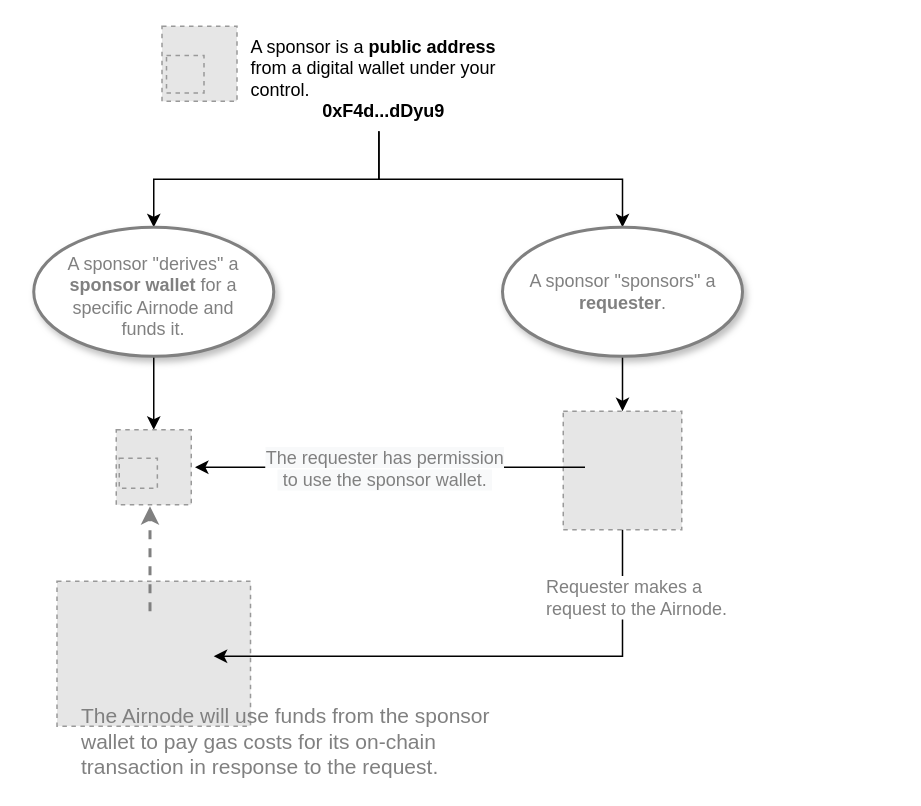
api3dao/old-api3-docs keeps this draw.io diagram as docs/next/assets/diagrams/sponsor-overview.drawio. Above is the earlier version. Source tidied: cells renumbered, new cells numbered last; positions are measured from the earlier drawing's top-left corner, leaving out a move shared by most shapes. Both pictures are drawn from the tidied source at 150%, with x=0, y=0 at pixel (33, 26). Pictures stored in the file or linked from it are replaced by grey dashed boxes.
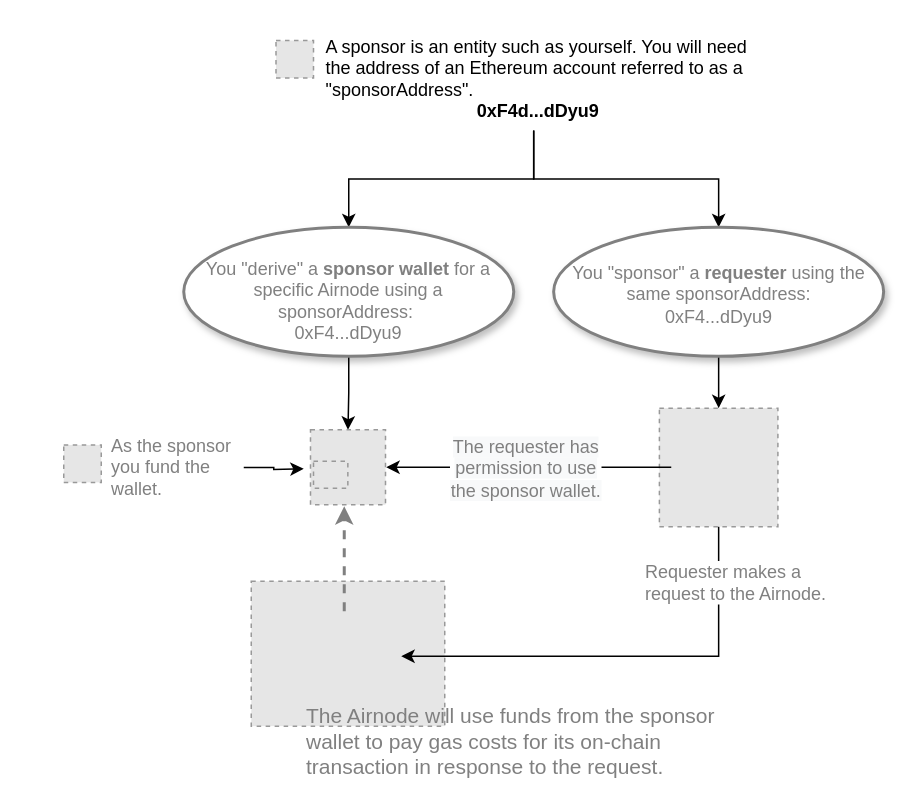
After the change.

Commit message (it also covers changes not shown here):
More general work on Sponsors

The edit, as a diff of the source:
```diff
@@
-    <mxCell id="2" style="fillColor=#E6E6E6;strokeColor=#999999;dashed=1;verticalLabelPosition=bottom;verticalAlign=top;" parent="1" vertex="1">
-      <mxGeometry x="85.5" width="50" height="50" as="geometry" />
-    </mxCell>
@@
-    <mxCell id="5" value="&lt;font style=&quot;font-size: 12px&quot;&gt;A sponsor is a&amp;nbsp;&lt;b&gt;public address&lt;/b&gt; from a digital wallet under your control.&lt;br&gt;&lt;div style=&quot;text-align: center&quot;&gt;&lt;span&gt;&lt;b&gt;0xF4d...dDyu9&lt;/b&gt;&lt;/span&gt;&lt;/div&gt;&lt;/font&gt;" style="text;html=1;strokeColor=none;fillColor=none;align=left;verticalAlign=middle;whiteSpace=wrap;rounded=0;spacingLeft=7;spacingRight=3;labelBorderColor=none;" parent="1" vertex="1">
-      <mxGeometry x="135.5" width="189.1" height="70" as="geometry" />
+    <mxCell id="5" value="&lt;font style=&quot;font-size: 12px&quot;&gt;A sponsor is an entity such as yourself. You will need the address of an Ethereum account referred to as a &quot;sponsorAddress&quot;.&lt;br&gt;&lt;div style=&quot;text-align: center&quot;&gt;&lt;b&gt;0xF4d...dDyu9&lt;/b&gt;&lt;/div&gt;&lt;/font&gt;" style="text;html=1;strokeColor=none;fillColor=none;align=left;verticalAlign=middle;whiteSpace=wrap;rounded=0;spacingLeft=7;spacingRight=3;labelBorderColor=none;" parent="1" vertex="1">
+      <mxGeometry x="186" y="-0.5" width="294.5" height="70" as="geometry" />
     </mxCell>
@@
-    <mxCell id="7" value="&lt;font color=&quot;#808080&quot;&gt;A sponsor &quot;derives&quot; a &lt;b&gt;sponsor wallet&lt;/b&gt;&amp;nbsp;for a specific Airnode and funds it.&lt;/font&gt;" style="strokeWidth=2;html=1;shape=mxgraph.flowchart.start_1;whiteSpace=wrap;shadow=1;strokeColor=#808080;spacingLeft=10;spacingRight=10;spacingTop=5;" parent="1" vertex="1">
-      <mxGeometry y="134" width="160" height="86" as="geometry" />
+    <mxCell id="7" value="&lt;font color=&quot;#808080&quot;&gt;You &quot;derive&quot; a &lt;b&gt;sponsor wallet&lt;/b&gt;&amp;nbsp;for a specific Airnode using a sponsorAddress:&amp;nbsp;&lt;br&gt;0xF4...dDyu9&lt;br&gt;&lt;/font&gt;" style="strokeWidth=2;html=1;shape=mxgraph.flowchart.start_1;whiteSpace=wrap;shadow=1;strokeColor=#808080;spacingLeft=10;spacingRight=10;spacingTop=12;" parent="1" vertex="1">
+      <mxGeometry x="100" y="134" width="220" height="86" as="geometry" />
     </mxCell>
     <mxCell id="8" style="fillColor=#E6E6E6;strokeColor=#999999;dashed=1;verticalLabelPosition=bottom;verticalAlign=top;" parent="1" vertex="1">
-      <mxGeometry x="88.5" y="19.5" width="25" height="25" as="geometry" />
+      <mxGeometry x="161.5" y="9.5" width="25" height="25" as="geometry" />
     </mxCell>
     <mxCell id="9" style="fillColor=#E6E6E6;strokeColor=#999999;dashed=1;verticalLabelPosition=bottom;verticalAlign=top;" parent="1" vertex="1">
-      <mxGeometry x="55" y="269" width="50" height="50" as="geometry" />
+      <mxGeometry x="184.5" y="269" width="50" height="50" as="geometry" />
     </mxCell>
     <mxCell id="10" style="fillColor=#E6E6E6;strokeColor=#999999;dashed=1;verticalLabelPosition=bottom;verticalAlign=top;" parent="1" vertex="1">
-      <mxGeometry x="57" y="288" width="25.4" height="20" as="geometry" />
+      <mxGeometry x="186.5" y="290" width="22.9" height="18" as="geometry" />
     </mxCell>
@@
-    <mxCell id="12" value="&lt;font color=&quot;#808080&quot;&gt;A sponsor &quot;sponsors&quot; a &lt;b&gt;requester&lt;/b&gt;.&lt;/font&gt;" style="strokeWidth=2;html=1;shape=mxgraph.flowchart.start_1;whiteSpace=wrap;shadow=1;strokeColor=#808080;spacingLeft=7;spacingRight=7;" parent="1" vertex="1">
-      <mxGeometry x="312.5" y="134" width="160" height="86" as="geometry" />
+    <mxCell id="12" value="&lt;font color=&quot;#808080&quot;&gt;You &quot;sponsor&quot; a &lt;b&gt;requester &lt;/b&gt;using the same sponsorAddress:&lt;br&gt;0xF4...dDyu9&lt;br&gt;&lt;/font&gt;" style="strokeWidth=2;html=1;shape=mxgraph.flowchart.start_1;whiteSpace=wrap;shadow=1;strokeColor=#808080;spacingLeft=7;spacingRight=7;spacingTop=4;" parent="1" vertex="1">
+      <mxGeometry x="346.6" y="134" width="220" height="86" as="geometry" />
     </mxCell>
     <mxCell id="13" style="fillColor=#E6E6E6;strokeColor=#999999;dashed=1;verticalLabelPosition=bottom;labelBackgroundColor=#ffffff;verticalAlign=top;" parent="1" vertex="1">
-      <mxGeometry x="353" y="256.6" width="79" height="79" as="geometry" />
+      <mxGeometry x="417.1" y="254.6" width="79" height="79" as="geometry" />
     </mxCell>
     <mxCell id="14" style="fillColor=#E6E6E6;strokeColor=#999999;dashed=1;verticalLabelPosition=bottom;labelBackgroundColor=#ffffff;verticalAlign=top;" parent="1" vertex="1">
-      <mxGeometry x="15.5" y="370" width="129" height="96.6" as="geometry" />
+      <mxGeometry x="145" y="370" width="129" height="96.6" as="geometry" />
     </mxCell>
-    <mxCell id="15" style="edgeStyle=orthogonalEdgeStyle;rounded=0;orthogonalLoop=1;jettySize=auto;html=1;" parent="1" edge="1">
-      <mxGeometry relative="1" as="geometry">
-        <mxPoint x="367.5" y="294" as="sourcePoint" />
-        <mxPoint x="107.5" y="294" as="targetPoint" />
-      </mxGeometry>
-    </mxCell>
-    <mxCell id="16" value="&lt;span style=&quot;color: rgb(128 , 128 , 128) ; font-size: 12px ; background-color: rgb(248 , 249 , 250)&quot;&gt;The requester has permission&lt;br&gt;&amp;nbsp;to use the sponsor wallet.&amp;nbsp;&lt;/span&gt;" style="edgeLabel;html=1;align=center;verticalAlign=middle;spacingLeft=7;spacingRight=7;" parent="15" vertex="1">
-      <mxGeometry x="0.03" relative="1" as="geometry" />
-    </mxCell>
-    <mxCell id="17" style="edgeStyle=orthogonalEdgeStyle;rounded=0;jettySize=auto;html=1;" parent="1" edge="1" source="13">
+    <mxCell id="17" style="edgeStyle=orthogonalEdgeStyle;rounded=0;jettySize=auto;html=1;exitX=0.5;exitY=1;exitDx=0;exitDy=0;" parent="1" edge="1" source="13">
       <mxGeometry relative="1" as="geometry">
-        <mxPoint x="120" y="420" as="targetPoint" />
+        <mxPoint x="245" y="420" as="targetPoint" />
         <Array as="points">
-          <mxPoint x="392.5" y="420" />
+          <mxPoint x="457" y="420" />
         </Array>
       </mxGeometry>
     </mxCell>
     <mxCell id="18" value="&lt;font style=&quot;font-size: 12px&quot; color=&quot;#808080&quot;&gt;Requester makes a&amp;nbsp;&lt;br&gt;request to the Airnode.&amp;nbsp;&lt;/font&gt;" style="edgeLabel;html=1;align=left;verticalAlign=middle;spacingLeft=10;" parent="17" vertex="1">
       <mxGeometry x="0.05" relative="1" as="geometry">
-        <mxPoint x="40" y="-40" as="offset" />
+        <mxPoint x="9" y="-50" as="offset" />
       </mxGeometry>
     </mxCell>
     <mxCell id="19" style="endArrow=classic;startArrow=none;html=1;dashed=1;strokeColor=#808080;strokeWidth=2;endFill=1;startFill=0;" parent="1" edge="1">
       <mxGeometry relative="1" as="geometry">
-        <mxPoint x="77.5" y="390" as="sourcePoint" />
-        <mxPoint x="77.5" y="320" as="targetPoint" />
+        <mxPoint x="207" y="390" as="sourcePoint" />
+        <mxPoint x="207" y="320" as="targetPoint" />
       </mxGeometry>
     </mxCell>
     <mxCell id="20" value="The Airnode will use funds from the sponsor wallet to pay gas costs for its on-chain transaction in response to the request." style="text;html=1;strokeColor=none;fillColor=none;align=left;verticalAlign=middle;whiteSpace=wrap;rounded=0;shadow=1;fontSize=14;fontColor=#808080;" parent="1" vertex="1">
-      <mxGeometry x="30" y="466.6" width="290" height="20" as="geometry" />
+      <mxGeometry x="180" y="466.6" width="290" height="20" as="geometry" />
     </mxCell>
+    <mxCell id="21" style="endArrow=classic;html=1;" parent="1" edge="1">
+      <mxGeometry relative="1" as="geometry">
+        <mxPoint x="425" y="294" as="sourcePoint" />
+        <mxPoint x="235" y="294" as="targetPoint" />
+      </mxGeometry>
+    </mxCell>
+    <mxCell id="16" value="&lt;span style=&quot;color: rgb(128 , 128 , 128) ; font-size: 12px ; text-align: left ; background-color: rgb(248 , 249 , 250)&quot;&gt;The requester has &lt;br&gt;permission to use &lt;br&gt;the sponsor wallet.&lt;/span&gt;" style="edgeLabel;html=1;align=center;verticalAlign=middle;" parent="21" vertex="1">
+      <mxGeometry x="0.03" relative="1" as="geometry" />
+    </mxCell>
+    <mxCell id="22" style="edgeStyle=orthogonalEdgeStyle;rounded=0;jettySize=auto;html=1;" parent="1" edge="1" source="23">
+      <mxGeometry relative="1" as="geometry">
+        <mxPoint x="180" y="295" as="targetPoint" />
+      </mxGeometry>
+    </mxCell>
+    <mxCell id="23" value="&lt;font color=&quot;#808080&quot;&gt;As the sponsor you fund the wallet.&lt;/font&gt;" style="text;html=1;strokeColor=none;fillColor=none;align=left;verticalAlign=middle;whiteSpace=wrap;rounded=0;" parent="1" vertex="1">
+      <mxGeometry x="50" y="284.1" width="90" height="20" as="geometry" />
+    </mxCell>
+    <mxCell id="24" style="fillColor=#E6E6E6;strokeColor=#999999;dashed=1;verticalLabelPosition=bottom;verticalAlign=top;" parent="1" vertex="1">
+      <mxGeometry x="20" y="279.1" width="25" height="25" as="geometry" />
+    </mxCell>
```
